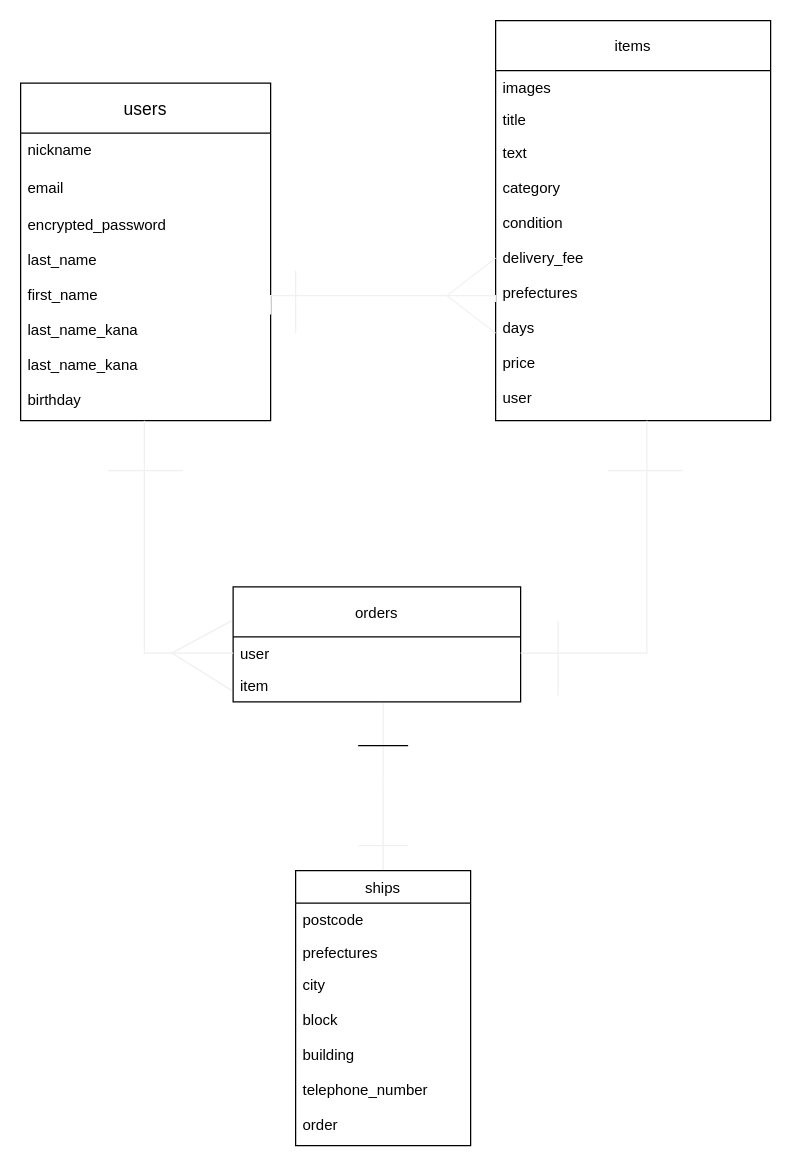
The draw.io diagram furima.dio in tnkmr08/furima-36585, before the edit. Source tidied: cells renumbered, new cells numbered last; positions are measured from the earlier drawing's top-left corner, leaving out a move shared by most shapes. Both pictures are drawn from the tidied source at 125%, with x=0, y=0 at pixel (20, 20).
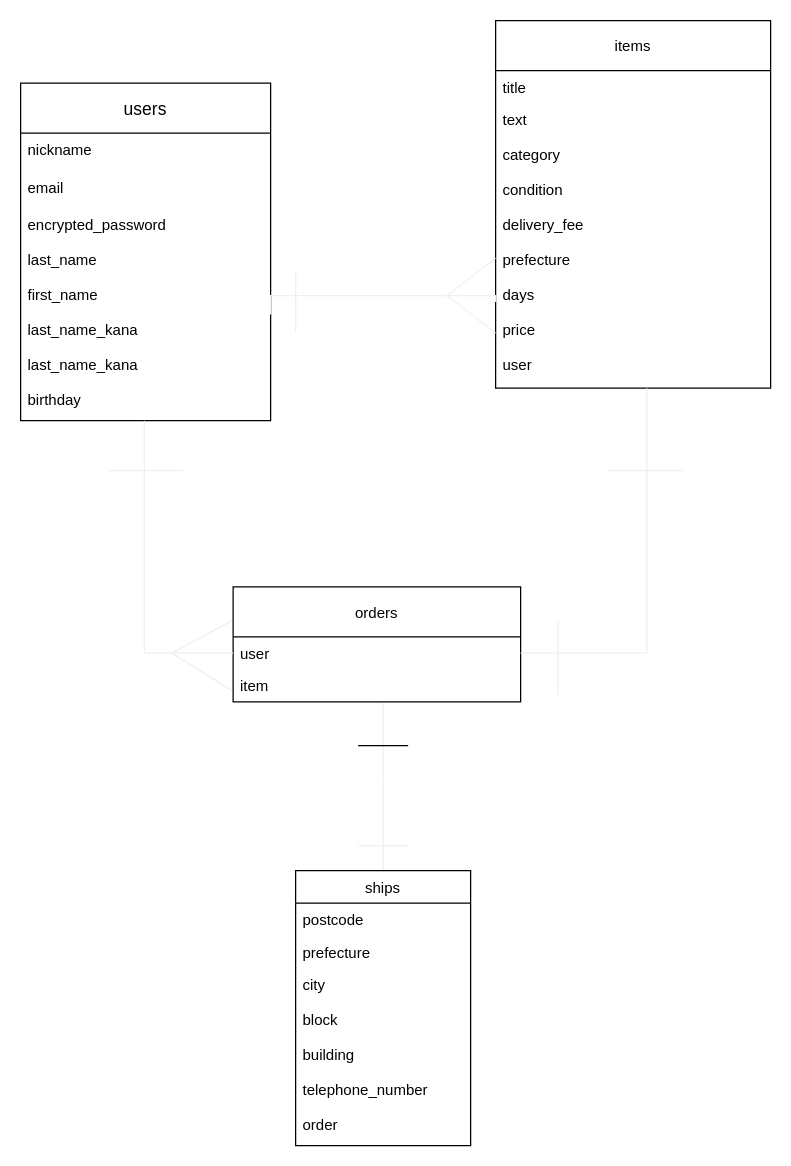
The same page after the edit.

The change refers to these unchanged cells:
```xml
<mxCell id="14" value="ships" style="swimlane;fontStyle=0;horizontal=1;startSize=26;" parent="1" vertex="1">
  <mxGeometry x="220" y="680" width="140" height="220" as="geometry" />
</mxCell>
```

Change to the diagram source:
```diff
@@
     <mxCell id="6" value="items" style="swimlane;fontStyle=0;horizontal=1;startSize=40;" parent="1" vertex="1">
-      <mxGeometry x="380" width="220" height="320" as="geometry" />
+      <mxGeometry x="380" width="220" height="294" as="geometry" />
     </mxCell>
-    <mxCell id="7" value="images" style="text;strokeColor=none;fillColor=none;align=left;verticalAlign=top;spacingLeft=4;spacingRight=4;overflow=hidden;" parent="6" vertex="1">
-      <mxGeometry y="40" width="220" height="26" as="geometry" />
-    </mxCell>
     <mxCell id="8" value="title" style="text;strokeColor=none;fillColor=none;align=left;verticalAlign=top;spacingLeft=4;spacingRight=4;overflow=hidden;" parent="6" vertex="1">
-      <mxGeometry y="66" width="220" height="26" as="geometry" />
+      <mxGeometry y="40" width="220" height="26" as="geometry" />
     </mxCell>
-    <mxCell id="9" value="text&#10;&#10;category&#10;&#10;condition&#10;&#10;delivery_fee&#10;&#10;prefectures&#10;&#10;days&#10;&#10;price&#10;&#10;user" style="text;strokeColor=none;fillColor=none;align=left;verticalAlign=top;spacingLeft=4;spacingRight=4;overflow=hidden;points=[[0,0.5],[1,0.5]];portConstraint=eastwest;" parent="6" vertex="1">
-      <mxGeometry y="92" width="220" height="228" as="geometry" />
+    <mxCell id="9" value="text&#10;&#10;category&#10;&#10;condition&#10;&#10;delivery_fee&#10;&#10;prefecture&#10;&#10;days&#10;&#10;price&#10;&#10;user" style="text;strokeColor=none;fillColor=none;align=left;verticalAlign=top;spacingLeft=4;spacingRight=4;overflow=hidden;points=[[0,0.5],[1,0.5]];portConstraint=eastwest;" parent="6" vertex="1">
+      <mxGeometry y="66" width="220" height="228" as="geometry" />
     </mxCell>
@@
-    <mxCell id="16" value="prefectures" style="text;strokeColor=none;fillColor=none;align=left;verticalAlign=top;spacingLeft=4;spacingRight=4;overflow=hidden;" parent="14" vertex="1">
+    <mxCell id="16" value="prefecture" style="text;strokeColor=none;fillColor=none;align=left;verticalAlign=top;spacingLeft=4;spacingRight=4;overflow=hidden;" parent="14" vertex="1">
       <mxGeometry y="52" width="140" height="26" as="geometry" />
     </mxCell>
```
